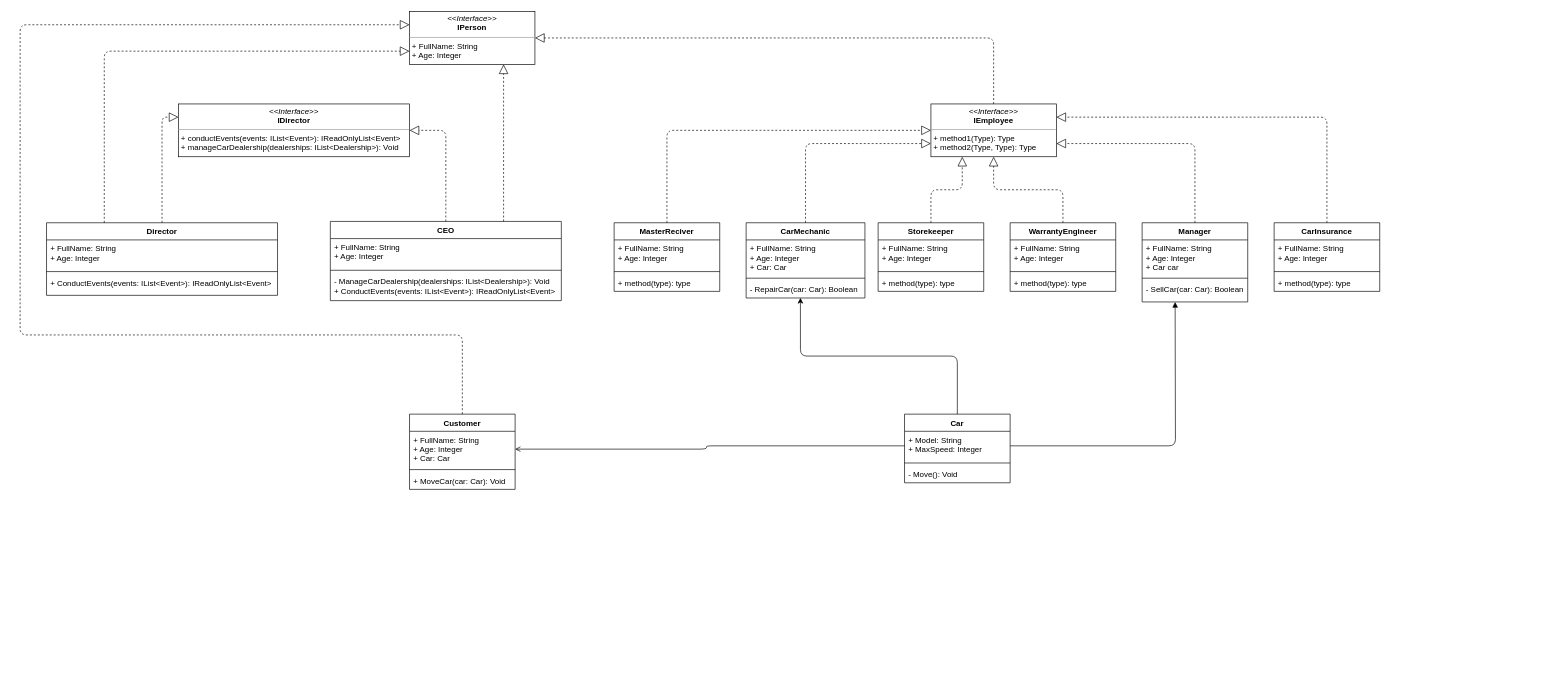
fastandfurios/HomeWorkGB_OOPCSharp keeps this draw.io diagram as page "Диаграмма классов" (3 of 3) of Диаграммы.drawio. Above is the earlier version. Source tidied: cells renumbered, new cells numbered last; positions are measured from the earlier drawing's top-left corner, leaving out a move shared by most shapes. Both pictures are drawn from the tidied source at 66%, with x=0, y=0 at pixel (20, 11).
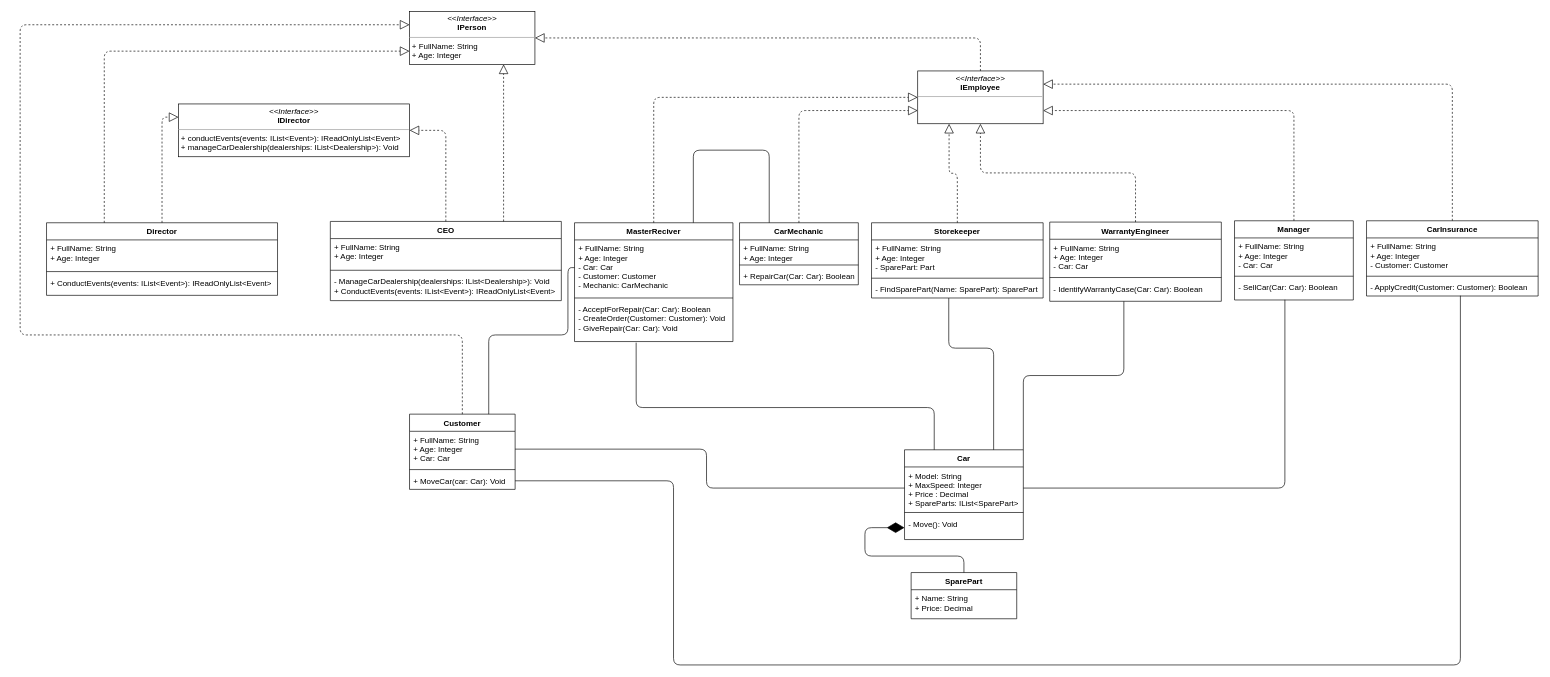
The same diagram, later.

The change refers to these unchanged cells:
```xml
<mxCell id="6" value="Customer" style="swimlane;fontStyle=1;align=center;verticalAlign=top;horizontal=1;startSize=26;" parent="1" vertex="1">
  <mxGeometry x="590" y="610" width="160" height="114" as="geometry" />
</mxCell>
<mxCell id="9" value="+ MoveCar(car: Car): Void" style="text;strokeColor=none;fillColor=none;align=left;verticalAlign=top;spacingLeft=4;spacingRight=4;overflow=hidden;points=[[0,0.5],[1,0.5]];portConstraint=eastwest;" parent="6" vertex="1">
  <mxGeometry y="88" width="160" height="26" as="geometry" />
</mxCell>
```

What changed in the source:
```diff
@@
     <mxCell id="2" value="Manager" style="swimlane;fontStyle=1;align=center;verticalAlign=top;horizontal=1;startSize=26;" parent="1" vertex="1">
-      <mxGeometry x="1700" y="320" width="160" height="120" as="geometry" />
+      <mxGeometry x="1840" y="317" width="180" height="120" as="geometry" />
     </mxCell>
-    <mxCell id="3" value="+ FullName: String&#10;+ Age: Integer&#10;+ Car car" style="text;strokeColor=none;fillColor=none;align=left;verticalAlign=top;spacingLeft=4;spacingRight=4;overflow=hidden;" parent="2" vertex="1">
-      <mxGeometry y="26" width="160" height="54" as="geometry" />
+    <mxCell id="3" value="+ FullName: String&#10;+ Age: Integer&#10;- Car: Car" style="text;strokeColor=none;fillColor=none;align=left;verticalAlign=top;spacingLeft=4;spacingRight=4;overflow=hidden;" parent="2" vertex="1">
+      <mxGeometry y="26" width="180" height="54" as="geometry" />
     </mxCell>
     <mxCell id="4" style="line;strokeWidth=1;fillColor=none;align=left;verticalAlign=middle;spacingTop=-1;spacingLeft=3;spacingRight=3;labelPosition=right;" parent="2" vertex="1">
-      <mxGeometry y="80" width="160" height="8" as="geometry" />
+      <mxGeometry y="80" width="180" height="8" as="geometry" />
     </mxCell>
-    <mxCell id="5" value="- SellCar(car: Car): Boolean" style="text;strokeColor=none;fillColor=none;align=left;verticalAlign=top;spacingLeft=4;spacingRight=4;overflow=hidden;points=[[0,0.5],[1,0.5]];portConstraint=eastwest;" parent="2" vertex="1">
-      <mxGeometry y="88" width="160" height="32" as="geometry" />
+    <mxCell id="5" value="- SellCar(Car: Car): Boolean" style="text;strokeColor=none;fillColor=none;align=left;verticalAlign=top;spacingLeft=4;spacingRight=4;overflow=hidden;points=[[0,0.5],[1,0.5]];portConstraint=eastwest;" parent="2" vertex="1">
+      <mxGeometry y="88" width="180" height="32" as="geometry" />
     </mxCell>
@@
     <mxCell id="10" value="CarMechanic" style="swimlane;fontStyle=1;align=center;verticalAlign=top;horizontal=1;startSize=26;" parent="1" vertex="1">
-      <mxGeometry x="1100" y="320" width="180" height="114" as="geometry" />
+      <mxGeometry x="1090" y="320" width="180" height="94" as="geometry" />
     </mxCell>
-    <mxCell id="11" value="+ FullName: String&#10;+ Age: Integer&#10;+ Car: Car" style="text;strokeColor=none;fillColor=none;align=left;verticalAlign=top;spacingLeft=4;spacingRight=4;overflow=hidden;" parent="10" vertex="1">
-      <mxGeometry y="26" width="180" height="54" as="geometry" />
+    <mxCell id="11" value="+ FullName: String&#10;+ Age: Integer" style="text;strokeColor=none;fillColor=none;align=left;verticalAlign=top;spacingLeft=4;spacingRight=4;overflow=hidden;" parent="10" vertex="1">
+      <mxGeometry y="26" width="180" height="34" as="geometry" />
     </mxCell>
     <mxCell id="12" style="line;strokeWidth=1;fillColor=none;align=left;verticalAlign=middle;spacingTop=-1;spacingLeft=3;spacingRight=3;labelPosition=right;" parent="10" vertex="1">
-      <mxGeometry y="80" width="180" height="8" as="geometry" />
+      <mxGeometry y="60" width="180" height="8" as="geometry" />
     </mxCell>
-    <mxCell id="13" value="- RepairCar(car: Car): Boolean" style="text;strokeColor=none;fillColor=none;align=left;verticalAlign=top;spacingLeft=4;spacingRight=4;overflow=hidden;points=[[0,0.5],[1,0.5]];portConstraint=eastwest;" parent="10" vertex="1">
-      <mxGeometry y="88" width="180" height="26" as="geometry" />
+    <mxCell id="13" value="+ RepairCar(Car: Car): Boolean" style="text;strokeColor=none;fillColor=none;align=left;verticalAlign=top;spacingLeft=4;spacingRight=4;overflow=hidden;points=[[0,0.5],[1,0.5]];portConstraint=eastwest;" parent="10" vertex="1">
+      <mxGeometry y="68" width="180" height="26" as="geometry" />
     </mxCell>
     <mxCell id="14" value="MasterReciver" style="swimlane;fontStyle=1;align=center;verticalAlign=top;horizontal=1;startSize=26;" parent="1" vertex="1">
-      <mxGeometry x="900" y="320" width="160" height="104" as="geometry" />
+      <mxGeometry x="840" y="320" width="240" height="180" as="geometry" />
     </mxCell>
-    <mxCell id="15" value="+ FullName: String&#10;+ Age: Integer" style="text;strokeColor=none;fillColor=none;align=left;verticalAlign=top;spacingLeft=4;spacingRight=4;overflow=hidden;points=[[0,0.5],[1,0.5]];portConstraint=eastwest;" parent="14" vertex="1">
-      <mxGeometry y="26" width="160" height="44" as="geometry" />
+    <mxCell id="15" value="+ FullName: String&#10;+ Age: Integer&#10;- Car: Car&#10;- Customer: Customer&#10;- Mechanic: CarMechanic" style="text;strokeColor=none;fillColor=none;align=left;verticalAlign=top;spacingLeft=4;spacingRight=4;overflow=hidden;points=[[0,0.5],[1,0.5]];portConstraint=eastwest;" parent="14" vertex="1">
+      <mxGeometry y="26" width="240" height="84" as="geometry" />
     </mxCell>
     <mxCell id="16" style="line;strokeWidth=1;fillColor=none;align=left;verticalAlign=middle;spacingTop=-1;spacingLeft=3;spacingRight=3;labelPosition=right;" parent="14" vertex="1">
-      <mxGeometry y="70" width="160" height="8" as="geometry" />
+      <mxGeometry y="110" width="240" height="8" as="geometry" />
     </mxCell>
-    <mxCell id="17" value="+ method(type): type" style="text;strokeColor=none;fillColor=none;align=left;verticalAlign=top;spacingLeft=4;spacingRight=4;overflow=hidden;points=[[0,0.5],[1,0.5]];portConstraint=eastwest;" parent="14" vertex="1">
-      <mxGeometry y="78" width="160" height="26" as="geometry" />
+    <mxCell id="17" value="- AcceptForRepair(Car: Car): Boolean&#10;- CreateOrder(Customer: Customer): Void&#10;- GiveRepair(Car: Car): Void" style="text;strokeColor=none;fillColor=none;align=left;verticalAlign=top;spacingLeft=4;spacingRight=4;overflow=hidden;points=[[0,0.5],[1,0.5]];portConstraint=eastwest;" parent="14" vertex="1">
+      <mxGeometry y="118" width="240" height="62" as="geometry" />
     </mxCell>
     <mxCell id="18" value="WarrantyEngineer" style="swimlane;fontStyle=1;align=center;verticalAlign=top;horizontal=1;startSize=26;" parent="1" vertex="1">
-      <mxGeometry x="1500" y="320" width="160" height="104" as="geometry" />
+      <mxGeometry x="1560" y="319" width="260" height="120" as="geometry" />
     </mxCell>
-    <mxCell id="19" value="+ FullName: String&#10;+ Age: Integer" style="text;strokeColor=none;fillColor=none;align=left;verticalAlign=top;spacingLeft=4;spacingRight=4;overflow=hidden;" parent="18" vertex="1">
-      <mxGeometry y="26" width="160" height="44" as="geometry" />
+    <mxCell id="19" value="+ FullName: String&#10;+ Age: Integer&#10;- Car: Car" style="text;strokeColor=none;fillColor=none;align=left;verticalAlign=top;spacingLeft=4;spacingRight=4;overflow=hidden;" parent="18" vertex="1">
+      <mxGeometry y="26" width="260" height="54" as="geometry" />
     </mxCell>
     <mxCell id="20" style="line;strokeWidth=1;fillColor=none;align=left;verticalAlign=middle;spacingTop=-1;spacingLeft=3;spacingRight=3;labelPosition=right;" parent="18" vertex="1">
-      <mxGeometry y="70" width="160" height="8" as="geometry" />
+      <mxGeometry y="80" width="260" height="8" as="geometry" />
     </mxCell>
-    <mxCell id="21" value="+ method(type): type" style="text;strokeColor=none;fillColor=none;align=left;verticalAlign=top;spacingLeft=4;spacingRight=4;overflow=hidden;points=[[0,0.5],[1,0.5]];portConstraint=eastwest;" parent="18" vertex="1">
-      <mxGeometry y="78" width="160" height="26" as="geometry" />
+    <mxCell id="21" value="- IdentifyWarrantyCase(Car: Car): Boolean" style="text;strokeColor=none;fillColor=none;align=left;verticalAlign=top;spacingLeft=4;spacingRight=4;overflow=hidden;points=[[0,0.5],[1,0.5]];portConstraint=eastwest;" parent="18" vertex="1">
+      <mxGeometry y="88" width="260" height="32" as="geometry" />
     </mxCell>
     <mxCell id="22" value="Storekeeper" style="swimlane;fontStyle=1;align=center;verticalAlign=top;horizontal=1;startSize=26;" parent="1" vertex="1">
-      <mxGeometry x="1300" y="320" width="160" height="104" as="geometry" />
+      <mxGeometry x="1290" y="320" width="260" height="114" as="geometry" />
     </mxCell>
-    <mxCell id="23" value="+ FullName: String&#10;+ Age: Integer" style="text;strokeColor=none;fillColor=none;align=left;verticalAlign=top;spacingLeft=4;spacingRight=4;overflow=hidden;" parent="22" vertex="1">
-      <mxGeometry y="26" width="160" height="44" as="geometry" />
+    <mxCell id="23" value="+ FullName: String&#10;+ Age: Integer&#10;- SparePart: Part" style="text;strokeColor=none;fillColor=none;align=left;verticalAlign=top;spacingLeft=4;spacingRight=4;overflow=hidden;" parent="22" vertex="1">
+      <mxGeometry y="26" width="260" height="54" as="geometry" />
     </mxCell>
     <mxCell id="24" style="line;strokeWidth=1;fillColor=none;align=left;verticalAlign=middle;spacingTop=-1;spacingLeft=3;spacingRight=3;labelPosition=right;" parent="22" vertex="1">
-      <mxGeometry y="70" width="160" height="8" as="geometry" />
+      <mxGeometry y="80" width="260" height="8" as="geometry" />
     </mxCell>
-    <mxCell id="25" value="+ method(type): type" style="text;strokeColor=none;fillColor=none;align=left;verticalAlign=top;spacingLeft=4;spacingRight=4;overflow=hidden;points=[[0,0.5],[1,0.5]];portConstraint=eastwest;" parent="22" vertex="1">
-      <mxGeometry y="78" width="160" height="26" as="geometry" />
+    <mxCell id="25" value="- FindSparePart(Name: SparePart): SparePart" style="text;strokeColor=none;fillColor=none;align=left;verticalAlign=top;spacingLeft=4;spacingRight=4;overflow=hidden;points=[[0,0.5],[1,0.5]];portConstraint=eastwest;" parent="22" vertex="1">
+      <mxGeometry y="88" width="260" height="26" as="geometry" />
     </mxCell>
@@
     <mxCell id="34" value="CarInsurance" style="swimlane;fontStyle=1;align=center;verticalAlign=top;horizontal=1;startSize=26;" parent="1" vertex="1">
-      <mxGeometry x="1900" y="320" width="160" height="104" as="geometry" />
+      <mxGeometry x="2040" y="317" width="260" height="114" as="geometry" />
     </mxCell>
-    <mxCell id="35" value="+ FullName: String&#10;+ Age: Integer" style="text;strokeColor=none;fillColor=none;align=left;verticalAlign=top;spacingLeft=4;spacingRight=4;overflow=hidden;" parent="34" vertex="1">
-      <mxGeometry y="26" width="160" height="44" as="geometry" />
+    <mxCell id="35" value="+ FullName: String&#10;+ Age: Integer&#10;- Customer: Customer" style="text;strokeColor=none;fillColor=none;align=left;verticalAlign=top;spacingLeft=4;spacingRight=4;overflow=hidden;" parent="34" vertex="1">
+      <mxGeometry y="26" width="260" height="54" as="geometry" />
     </mxCell>
     <mxCell id="36" style="line;strokeWidth=1;fillColor=none;align=left;verticalAlign=middle;spacingTop=-1;spacingLeft=3;spacingRight=3;labelPosition=right;" parent="34" vertex="1">
-      <mxGeometry y="70" width="160" height="8" as="geometry" />
+      <mxGeometry y="80" width="260" height="8" as="geometry" />
     </mxCell>
-    <mxCell id="37" value="+ method(type): type" style="text;strokeColor=none;fillColor=none;align=left;verticalAlign=top;spacingLeft=4;spacingRight=4;overflow=hidden;points=[[0,0.5],[1,0.5]];portConstraint=eastwest;" parent="34" vertex="1">
-      <mxGeometry y="78" width="160" height="26" as="geometry" />
+    <mxCell id="37" value="- ApplyCredit(Customer: Customer): Boolean" style="text;strokeColor=none;fillColor=none;align=left;verticalAlign=top;spacingLeft=4;spacingRight=4;overflow=hidden;points=[[0,0.5],[1,0.5]];portConstraint=eastwest;" parent="34" vertex="1">
+      <mxGeometry y="88" width="260" height="26" as="geometry" />
     </mxCell>
     <mxCell id="38" value="Car" style="swimlane;fontStyle=1;align=center;verticalAlign=top;horizontal=1;startSize=26;" parent="1" vertex="1">
-      <mxGeometry x="1340" y="610" width="160" height="104" as="geometry" />
+      <mxGeometry x="1340" y="664" width="180" height="136" as="geometry" />
     </mxCell>
-    <mxCell id="39" value="+ Model: String&#10;+ MaxSpeed: Integer" style="text;strokeColor=none;fillColor=none;align=left;verticalAlign=top;spacingLeft=4;spacingRight=4;overflow=hidden;points=[[0,0.5],[1,0.5]];portConstraint=eastwest;" parent="38" vertex="1">
-      <mxGeometry y="26" width="160" height="44" as="geometry" />
+    <mxCell id="39" value="+ Model: String&#10;+ MaxSpeed: Integer&#10;+ Price : Decimal&#10;+ SpareParts: IList&lt;SparePart&gt;" style="text;strokeColor=none;fillColor=none;align=left;verticalAlign=top;spacingLeft=4;spacingRight=4;overflow=hidden;points=[[0,0.5],[1,0.5]];portConstraint=eastwest;" parent="38" vertex="1">
+      <mxGeometry y="26" width="180" height="64" as="geometry" />
     </mxCell>
     <mxCell id="40" style="line;strokeWidth=1;fillColor=none;align=left;verticalAlign=middle;spacingTop=-1;spacingLeft=3;spacingRight=3;labelPosition=right;" parent="38" vertex="1">
-      <mxGeometry y="70" width="160" height="8" as="geometry" />
+      <mxGeometry y="90" width="180" height="10" as="geometry" />
     </mxCell>
     <mxCell id="41" value="- Move(): Void" style="text;strokeColor=none;fillColor=none;align=left;verticalAlign=top;spacingLeft=4;spacingRight=4;overflow=hidden;points=[[0,0.5],[1,0.5]];portConstraint=eastwest;" parent="38" vertex="1">
-      <mxGeometry y="78" width="160" height="26" as="geometry" />
+      <mxGeometry y="100" width="180" height="36" as="geometry" />
     </mxCell>
@@
-    <mxCell id="48" value="&lt;p style=&quot;margin: 0px ; margin-top: 4px ; text-align: center&quot;&gt;&lt;i&gt;&amp;lt;&amp;lt;Interface&amp;gt;&amp;gt;&lt;/i&gt;&lt;br&gt;&lt;b&gt;IEmployee&lt;/b&gt;&lt;/p&gt;&lt;hr size=&quot;1&quot;&gt;&lt;p style=&quot;margin: 0px ; margin-left: 4px&quot;&gt;&lt;/p&gt;&lt;p style=&quot;margin: 0px ; margin-left: 4px&quot;&gt;+ method1(Type): Type&lt;br&gt;+ method2(Type, Type): Type&lt;/p&gt;" style="verticalAlign=top;align=left;overflow=fill;fontSize=12;fontFamily=Helvetica;html=1;fillColor=none;" parent="1" vertex="1">
-      <mxGeometry x="1380" y="140" width="190" height="80" as="geometry" />
+    <mxCell id="48" value="&lt;p style=&quot;margin: 0px ; margin-top: 4px ; text-align: center&quot;&gt;&lt;i&gt;&amp;lt;&amp;lt;Interface&amp;gt;&amp;gt;&lt;/i&gt;&lt;br&gt;&lt;b&gt;IEmployee&lt;/b&gt;&lt;/p&gt;&lt;hr size=&quot;1&quot;&gt;&lt;p style=&quot;margin: 0px ; margin-left: 4px&quot;&gt;&lt;/p&gt;&lt;p style=&quot;margin: 0px ; margin-left: 4px&quot;&gt;&lt;br&gt;&lt;/p&gt;" style="verticalAlign=top;align=left;overflow=fill;fontSize=12;fontFamily=Helvetica;html=1;fillColor=none;" parent="1" vertex="1">
+      <mxGeometry x="1360" y="90" width="190" height="80" as="geometry" />
     </mxCell>
@@
-    <mxCell id="57" style="html=1;verticalAlign=bottom;endArrow=none;entryX=0;entryY=0.5;entryDx=0;entryDy=0;edgeStyle=orthogonalEdgeStyle;startArrow=open;startFill=0;endFill=0;" parent="1" edge="1" target="39">
+    <mxCell id="57" style="html=1;verticalAlign=bottom;endArrow=none;entryX=0;entryY=0.5;entryDx=0;entryDy=0;edgeStyle=orthogonalEdgeStyle;startArrow=none;startFill=0;endFill=0;" parent="1" edge="1" target="39">
       <mxGeometry relative="1" as="geometry">
         <mxPoint x="750" y="663" as="sourcePoint" />
         <Array as="points">
           <mxPoint x="1040" y="663" />
-          <mxPoint x="1040" y="658" />
+          <mxPoint x="1040" y="722" />
         </Array>
       </mxGeometry>
     </mxCell>
-    <mxCell id="58" style="html=1;verticalAlign=bottom;endArrow=block;edgeStyle=orthogonalEdgeStyle;" parent="1" edge="1" source="39">
-      <mxGeometry relative="1" as="geometry">
-        <mxPoint x="1750" y="440" as="targetPoint" />
-      </mxGeometry>
+    <mxCell id="58" style="html=1;verticalAlign=bottom;endArrow=none;edgeStyle=orthogonalEdgeStyle;endFill=0;entryX=0.424;entryY=0.988;entryDx=0;entryDy=0;entryPerimeter=0;" parent="1" edge="1" source="39" target="5">
+      <mxGeometry relative="1" as="geometry" />
     </mxCell>
-    <mxCell id="59" style="endArrow=classic;html=1;exitX=0.5;exitY=0;exitDx=0;exitDy=0;edgeStyle=orthogonalEdgeStyle;entryX=0.457;entryY=0.994;entryDx=0;entryDy=0;entryPerimeter=0;" parent="1" edge="1" source="38" target="13">
-      <mxGeometry relative="1" as="geometry" />
-    </mxCell>
+    <mxCell id="60" style="endArrow=none;html=1;exitX=0.25;exitY=0;exitDx=0;exitDy=0;edgeStyle=orthogonalEdgeStyle;entryX=0.389;entryY=1.026;entryDx=0;entryDy=0;entryPerimeter=0;endFill=0;" parent="1" edge="1" source="38" target="17">
+      <mxGeometry relative="1" as="geometry">
+        <Array as="points">
+          <mxPoint x="1385" y="600" />
+          <mxPoint x="933" y="600" />
+        </Array>
+      </mxGeometry>
+    </mxCell>
+    <mxCell id="61" value="SparePart" style="swimlane;fontStyle=1;align=center;verticalAlign=top;horizontal=1;startSize=26;fillColor=none;" parent="1" vertex="1">
+      <mxGeometry x="1350" y="850" width="160" height="70" as="geometry" />
+    </mxCell>
+    <mxCell id="62" value="+ Name: String&#10;+ Price: Decimal" style="text;strokeColor=none;fillColor=none;align=left;verticalAlign=top;spacingLeft=4;spacingRight=4;overflow=hidden;" parent="61" vertex="1">
+      <mxGeometry y="26" width="160" height="44" as="geometry" />
+    </mxCell>
+    <mxCell id="63" style="endArrow=none;html=1;exitX=0.75;exitY=0;exitDx=0;exitDy=0;edgeStyle=orthogonalEdgeStyle;entryX=0.45;entryY=1.005;entryDx=0;entryDy=0;entryPerimeter=0;" parent="1" edge="1" source="38" target="25">
+      <mxGeometry relative="1" as="geometry">
+        <Array as="points">
+          <mxPoint x="1475" y="510" />
+          <mxPoint x="1407" y="510" />
+        </Array>
+      </mxGeometry>
+    </mxCell>
+    <mxCell id="64" style="endArrow=none;html=1;exitX=1;exitY=0;exitDx=0;exitDy=0;edgeStyle=orthogonalEdgeStyle;entryX=0.432;entryY=1.003;entryDx=0;entryDy=0;entryPerimeter=0;" parent="1" edge="1" source="38" target="21">
+      <mxGeometry relative="1" as="geometry" />
+    </mxCell>
+    <mxCell id="65" style="endArrow=none;html=1;exitX=1;exitY=0.5;exitDx=0;exitDy=0;edgeStyle=orthogonalEdgeStyle;entryX=0.547;entryY=0.981;entryDx=0;entryDy=0;entryPerimeter=0;" parent="1" edge="1" source="9" target="37">
+      <mxGeometry relative="1" as="geometry">
+        <Array as="points">
+          <mxPoint x="990" y="711" />
+          <mxPoint x="990" y="990" />
+          <mxPoint x="2182" y="990" />
+        </Array>
+      </mxGeometry>
+    </mxCell>
+    <mxCell id="66" style="endArrow=none;html=1;exitX=0.75;exitY=0;exitDx=0;exitDy=0;edgeStyle=orthogonalEdgeStyle;entryX=0;entryY=0.5;entryDx=0;entryDy=0;" parent="1" edge="1" source="6" target="15">
+      <mxGeometry relative="1" as="geometry">
+        <Array as="points">
+          <mxPoint x="710" y="490" />
+          <mxPoint x="830" y="490" />
+          <mxPoint x="830" y="388" />
+        </Array>
+      </mxGeometry>
+    </mxCell>
+    <mxCell id="67" style="endArrow=none;html=1;exitX=0.75;exitY=0;exitDx=0;exitDy=0;edgeStyle=orthogonalEdgeStyle;entryX=0.25;entryY=0;entryDx=0;entryDy=0;" parent="1" edge="1" source="14" target="10">
+      <mxGeometry relative="1" as="geometry">
+        <Array as="points">
+          <mxPoint x="1020" y="210" />
+          <mxPoint x="1135" y="210" />
+        </Array>
+      </mxGeometry>
+    </mxCell>
+    <mxCell id="68" style="endArrow=diamondThin;endFill=1;endSize=24;html=1;entryX=0;entryY=0.5;entryDx=0;entryDy=0;edgeStyle=orthogonalEdgeStyle;exitX=0.5;exitY=0;exitDx=0;exitDy=0;" parent="1" edge="1" source="61" target="41">
+      <mxGeometry relative="1" as="geometry">
+        <Array as="points">
+          <mxPoint x="1430" y="825" />
+          <mxPoint x="1280" y="825" />
+          <mxPoint x="1280" y="782" />
+        </Array>
+      </mxGeometry>
+    </mxCell>
```
